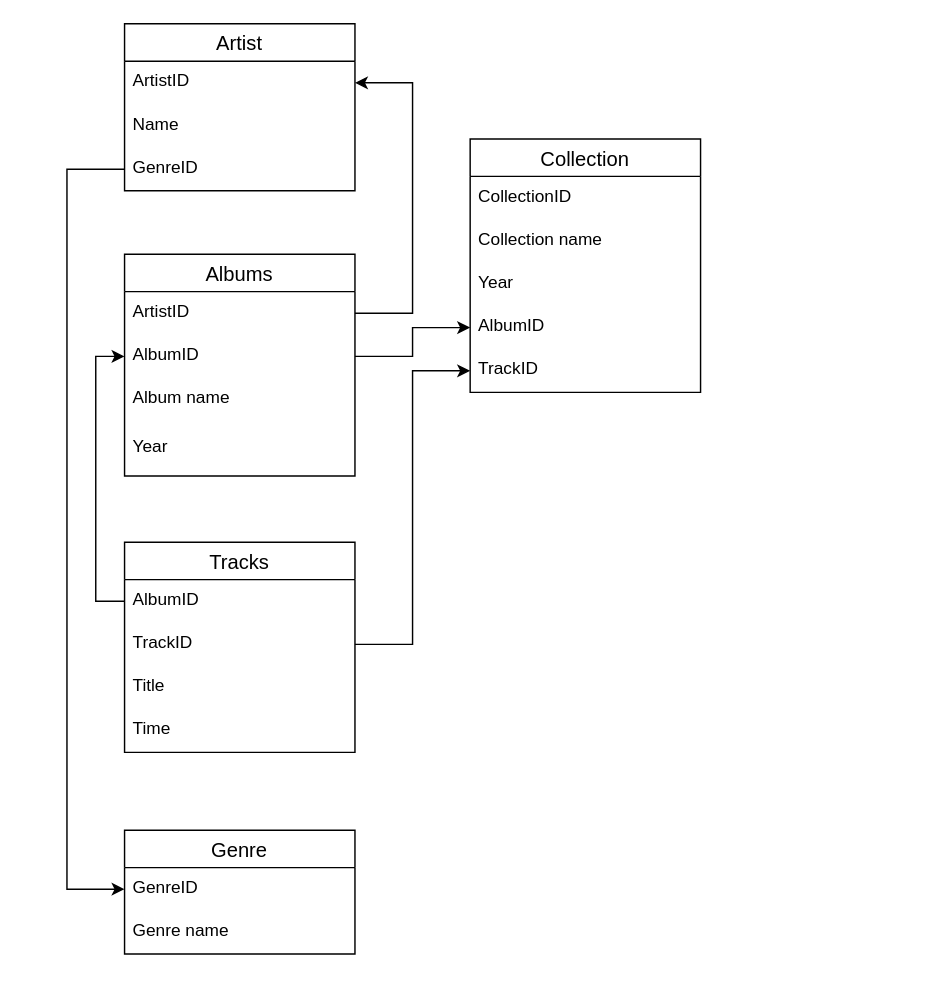
Earlier version of the draw.io diagram music_shop 1.drawio (AntonVetoshkin/Music_shop). Source tidied: cells renumbered, new cells numbered last; positions are measured from the earlier drawing's top-left corner, leaving out a move shared by most shapes. Both pictures are drawn from the tidied source at 144%, with x=0, y=0 at pixel (66, 23).
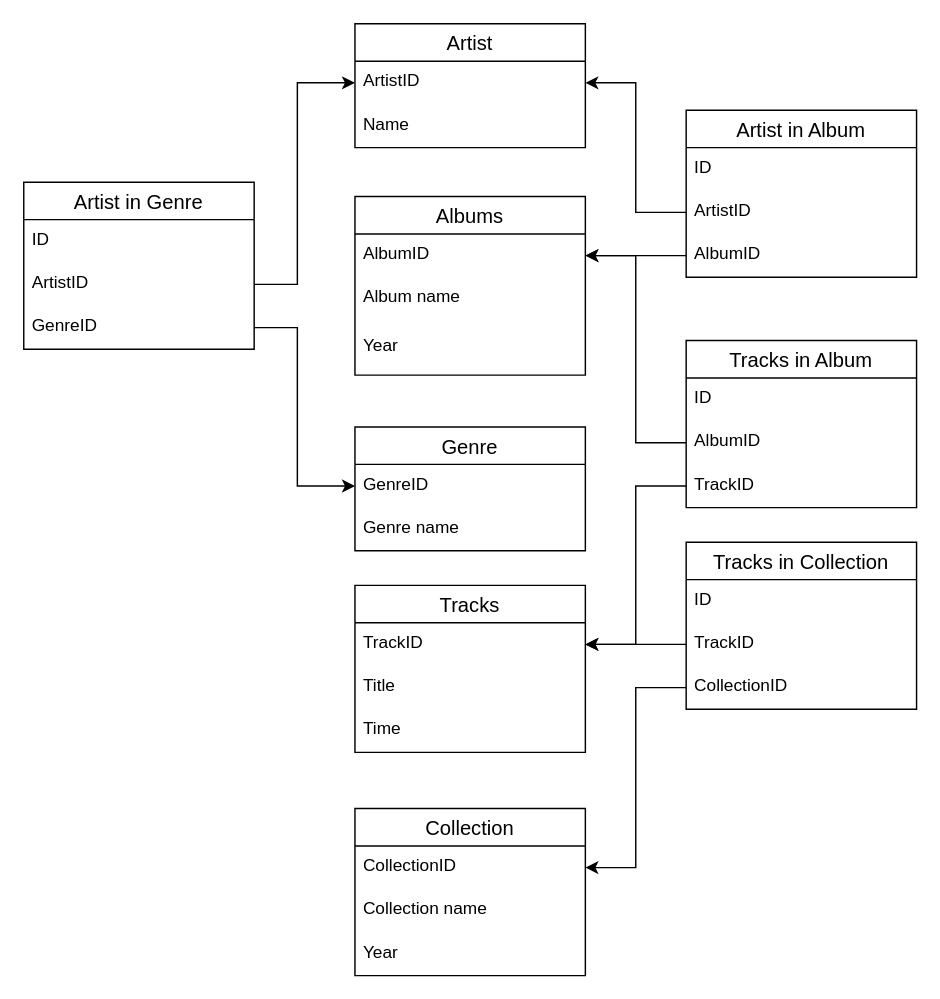
After the change.

The change refers to these unchanged cells:
```xml
<mxCell id="13" value="GenreID" style="text;strokeColor=none;fillColor=none;spacingLeft=4;spacingRight=4;overflow=hidden;points=[[0,0.5],[1,0.5]];portConstraint=eastwest;fontSize=12;" parent="12" vertex="1">
  <mxGeometry y="26" width="160" height="30" as="geometry" />
</mxCell>
<mxCell id="16" value="ArtistID" style="text;strokeColor=none;fillColor=none;spacingLeft=4;spacingRight=4;overflow=hidden;points=[[0,0.5],[1,0.5]];portConstraint=eastwest;fontSize=12;" parent="15" vertex="1">
  <mxGeometry y="26" width="160" height="30" as="geometry" />
</mxCell>
```

Change to the diagram source:
```diff
@@
     <mxCell id="2" value="Albums" style="swimlane;fontStyle=0;horizontal=1;startSize=26;align=center;fontSize=14;" parent="1" vertex="1">
-      <mxGeometry x="40" y="160" width="160" height="154" as="geometry" />
+      <mxGeometry x="200" y="120" width="160" height="124" as="geometry" />
     </mxCell>
-    <mxCell id="3" value="ArtistID" style="text;strokeColor=none;fillColor=none;spacingLeft=4;spacingRight=4;overflow=hidden;points=[[0,0.5],[1,0.5]];portConstraint=eastwest;fontSize=12;" parent="2" vertex="1">
-      <mxGeometry y="26" width="160" height="30" as="geometry" />
-    </mxCell>
     <mxCell id="4" value="AlbumID" style="text;strokeColor=none;fillColor=none;spacingLeft=4;spacingRight=4;overflow=hidden;points=[[0,0.5],[1,0.5]];portConstraint=eastwest;fontSize=12;" parent="2" vertex="1">
-      <mxGeometry y="56" width="160" height="30" as="geometry" />
+      <mxGeometry y="26" width="160" height="30" as="geometry" />
     </mxCell>
     <mxCell id="5" value="Album name" style="text;strokeColor=none;fillColor=none;spacingLeft=4;spacingRight=4;overflow=hidden;fontSize=12;" parent="2" vertex="1">
-      <mxGeometry y="86" width="160" height="34" as="geometry" />
+      <mxGeometry y="56" width="160" height="34" as="geometry" />
     </mxCell>
     <mxCell id="6" value="Year" style="text;strokeColor=none;fillColor=none;spacingLeft=4;spacingRight=4;overflow=hidden;fontSize=12;" parent="2" vertex="1">
-      <mxGeometry y="120" width="160" height="34" as="geometry" />
+      <mxGeometry y="90" width="160" height="34" as="geometry" />
     </mxCell>
     <mxCell id="7" value="Tracks" style="swimlane;fontStyle=0;horizontal=1;startSize=26;align=center;fontSize=14;" parent="1" vertex="1">
-      <mxGeometry x="40" y="360" width="160" height="146" as="geometry" />
+      <mxGeometry x="200" y="390" width="160" height="116" as="geometry" />
     </mxCell>
-    <mxCell id="8" value="AlbumID" style="text;strokeColor=none;fillColor=none;spacingLeft=4;spacingRight=4;overflow=hidden;points=[[0,0.5],[1,0.5]];portConstraint=eastwest;fontSize=12;" parent="7" vertex="1">
-      <mxGeometry y="26" width="160" height="30" as="geometry" />
-    </mxCell>
     <mxCell id="9" value="TrackID" style="text;strokeColor=none;fillColor=none;spacingLeft=4;spacingRight=4;overflow=hidden;points=[[0,0.5],[1,0.5]];portConstraint=eastwest;fontSize=12;" parent="7" vertex="1">
-      <mxGeometry y="56" width="160" height="30" as="geometry" />
+      <mxGeometry y="26" width="160" height="30" as="geometry" />
     </mxCell>
     <mxCell id="10" value="Title" style="text;strokeColor=none;fillColor=none;spacingLeft=4;spacingRight=4;overflow=hidden;fontSize=12;" parent="7" vertex="1">
-      <mxGeometry y="86" width="160" height="30" as="geometry" />
+      <mxGeometry y="56" width="160" height="30" as="geometry" />
     </mxCell>
     <mxCell id="11" value="Time" style="text;strokeColor=none;fillColor=none;spacingLeft=4;spacingRight=4;overflow=hidden;fontSize=12;" parent="7" vertex="1">
-      <mxGeometry y="116" width="160" height="30" as="geometry" />
+      <mxGeometry y="86" width="160" height="30" as="geometry" />
     </mxCell>
     <mxCell id="12" value="Genre" style="swimlane;fontStyle=0;horizontal=1;startSize=26;align=center;fontSize=14;" parent="1" vertex="1">
-      <mxGeometry x="40" y="560" width="160" height="86" as="geometry" />
+      <mxGeometry x="200" y="280" width="160" height="86" as="geometry" />
     </mxCell>
@@
     <mxCell id="15" value="Artist" style="swimlane;fontStyle=0;horizontal=1;startSize=26;align=center;fontSize=14;" parent="1" vertex="1">
-      <mxGeometry x="40" width="160" height="116" as="geometry" />
+      <mxGeometry x="200" width="160" height="86" as="geometry" />
     </mxCell>
@@
-    <mxCell id="18" value="GenreID" style="text;strokeColor=none;fillColor=none;spacingLeft=4;spacingRight=4;overflow=hidden;points=[[0,0.5],[1,0.5]];portConstraint=eastwest;fontSize=12;" parent="15" vertex="1">
-      <mxGeometry y="86" width="160" height="30" as="geometry" />
-    </mxCell>
@@
-    <mxCell id="20" style="edgeStyle=orthogonalEdgeStyle;rounded=0;jettySize=auto;html=1;exitX=0;exitY=0.5;exitDx=0;exitDy=0;entryX=0;entryY=0.5;entryDx=0;entryDy=0;" parent="1" edge="1" source="18" target="13">
-      <mxGeometry relative="1" as="geometry">
-        <Array as="points">
-          <mxPoint y="101" />
-          <mxPoint y="601" />
-        </Array>
-      </mxGeometry>
-    </mxCell>
-    <mxCell id="21" style="edgeStyle=orthogonalEdgeStyle;rounded=0;jettySize=auto;html=1;exitX=0;exitY=0.5;exitDx=0;exitDy=0;" parent="1" edge="1" source="8">
-      <mxGeometry relative="1" as="geometry">
-        <mxPoint x="40" y="231" as="targetPoint" />
-        <Array as="points">
-          <mxPoint x="20" y="401" />
-          <mxPoint x="20" y="231" />
-        </Array>
-      </mxGeometry>
-    </mxCell>
-    <mxCell id="22" style="edgeStyle=orthogonalEdgeStyle;rounded=0;jettySize=auto;html=1;exitX=1;exitY=0.5;exitDx=0;exitDy=0;entryX=1;entryY=0.5;entryDx=0;entryDy=0;" parent="1" edge="1" source="3" target="16">
-      <mxGeometry relative="1" as="geometry">
-        <Array as="points">
-          <mxPoint x="240" y="201" />
-          <mxPoint x="240" y="41" />
-        </Array>
-      </mxGeometry>
-    </mxCell>
     <mxCell id="23" value="Collection" style="swimlane;fontStyle=0;horizontal=1;startSize=26;align=center;fontSize=14;" parent="1" vertex="1">
-      <mxGeometry x="280" y="80" width="160" height="176" as="geometry" />
+      <mxGeometry x="200" y="545" width="160" height="116" as="geometry" />
     </mxCell>
-    <mxCell id="24" value="CollectionID" style="text;strokeColor=none;fillColor=none;spacingLeft=4;spacingRight=4;overflow=hidden;points=[[0,0.5],[1,0.5]];portConstraint=eastwest;fontSize=12;" parent="23" vertex="1">
-      <mxGeometry y="26" width="160" height="30" as="geometry" />
-    </mxCell>
+    <mxCell id="28" value="CollectionID" style="text;strokeColor=none;fillColor=none;spacingLeft=4;spacingRight=4;overflow=hidden;points=[[0,0.5],[1,0.5]];portConstraint=eastwest;fontSize=12;" parent="23" vertex="1">
+      <mxGeometry y="26" width="160" height="30" as="geometry" />
+    </mxCell>
@@
-    <mxCell id="27" value="AlbumID" style="text;strokeColor=none;fillColor=none;spacingLeft=4;spacingRight=4;overflow=hidden;points=[[0,0.5],[1,0.5]];portConstraint=eastwest;fontSize=12;" parent="23" vertex="1">
-      <mxGeometry y="116" width="160" height="30" as="geometry" />
-    </mxCell>
-    <mxCell id="28" value="TrackID" style="text;strokeColor=none;fillColor=none;spacingLeft=4;spacingRight=4;overflow=hidden;points=[[0,0.5],[1,0.5]];portConstraint=eastwest;fontSize=12;" parent="23" vertex="1">
-      <mxGeometry y="146" width="160" height="30" as="geometry" />
-    </mxCell>
-    <mxCell id="29" style="edgeStyle=orthogonalEdgeStyle;rounded=0;jettySize=auto;html=1;exitX=1;exitY=0.5;exitDx=0;exitDy=0;entryX=0;entryY=0.5;entryDx=0;entryDy=0;" parent="1" edge="1" source="4" target="27">
-      <mxGeometry relative="1" as="geometry" />
-    </mxCell>
-    <mxCell id="30" style="edgeStyle=orthogonalEdgeStyle;rounded=0;jettySize=auto;html=1;exitX=1;exitY=0.5;exitDx=0;exitDy=0;entryX=0;entryY=0.5;entryDx=0;entryDy=0;" parent="1" edge="1" source="9" target="28">
-      <mxGeometry relative="1" as="geometry" />
-    </mxCell>
+    <mxCell id="31" value="Tracks in Collection" style="swimlane;fontStyle=0;horizontal=1;startSize=26;align=center;fontSize=14;" parent="1" vertex="1">
+      <mxGeometry x="430" y="360" width="160" height="116" as="geometry" />
+    </mxCell>
+    <mxCell id="32" value="ID" style="text;strokeColor=none;fillColor=none;spacingLeft=4;spacingRight=4;overflow=hidden;fontSize=12;" parent="31" vertex="1">
+      <mxGeometry y="26" width="160" height="30" as="geometry" />
+    </mxCell>
+    <mxCell id="33" value="TrackID" style="text;strokeColor=none;fillColor=none;spacingLeft=4;spacingRight=4;overflow=hidden;points=[[0,0.5],[1,0.5]];portConstraint=eastwest;fontSize=12;" parent="31" vertex="1">
+      <mxGeometry y="56" width="160" height="30" as="geometry" />
+    </mxCell>
+    <mxCell id="24" value="CollectionID" style="text;strokeColor=none;fillColor=none;spacingLeft=4;spacingRight=4;overflow=hidden;points=[[0,0.5],[1,0.5]];portConstraint=eastwest;fontSize=12;" parent="31" vertex="1">
+      <mxGeometry y="86" width="160" height="30" as="geometry" />
+    </mxCell>
+    <mxCell id="34" value="Artist in Album" style="swimlane;fontStyle=0;horizontal=1;startSize=26;align=center;fontSize=14;" parent="1" vertex="1">
+      <mxGeometry x="430" y="60" width="160" height="116" as="geometry" />
+    </mxCell>
+    <mxCell id="35" value="ID" style="text;strokeColor=none;fillColor=none;spacingLeft=4;spacingRight=4;overflow=hidden;fontSize=12;" parent="34" vertex="1">
+      <mxGeometry y="26" width="160" height="30" as="geometry" />
+    </mxCell>
+    <mxCell id="36" value="ArtistID" style="text;strokeColor=none;fillColor=none;spacingLeft=4;spacingRight=4;overflow=hidden;points=[[0,0.5],[1,0.5]];portConstraint=eastwest;fontSize=12;" parent="34" vertex="1">
+      <mxGeometry y="56" width="160" height="30" as="geometry" />
+    </mxCell>
+    <mxCell id="37" value="AlbumID" style="text;strokeColor=none;fillColor=none;spacingLeft=4;spacingRight=4;overflow=hidden;points=[[0,0.5],[1,0.5]];portConstraint=eastwest;fontSize=12;" parent="34" vertex="1">
+      <mxGeometry y="86" width="160" height="30" as="geometry" />
+    </mxCell>
+    <mxCell id="38" value="Artist in Genre" style="swimlane;fontStyle=0;horizontal=1;startSize=26;align=center;fontSize=14;" parent="1" vertex="1">
+      <mxGeometry x="-30" y="110" width="160" height="116" as="geometry" />
+    </mxCell>
+    <mxCell id="39" value="ID" style="text;strokeColor=none;fillColor=none;spacingLeft=4;spacingRight=4;overflow=hidden;fontSize=12;" parent="38" vertex="1">
+      <mxGeometry y="26" width="160" height="30" as="geometry" />
+    </mxCell>
+    <mxCell id="40" value="ArtistID" style="text;strokeColor=none;fillColor=none;spacingLeft=4;spacingRight=4;overflow=hidden;points=[[0,0.5],[1,0.5]];portConstraint=eastwest;fontSize=12;" parent="38" vertex="1">
+      <mxGeometry y="56" width="160" height="30" as="geometry" />
+    </mxCell>
+    <mxCell id="18" value="GenreID" style="text;strokeColor=none;fillColor=none;spacingLeft=4;spacingRight=4;overflow=hidden;points=[[0,0.5],[1,0.5]];portConstraint=eastwest;fontSize=12;" parent="38" vertex="1">
+      <mxGeometry y="86" width="160" height="30" as="geometry" />
+    </mxCell>
+    <mxCell id="41" style="edgeStyle=orthogonalEdgeStyle;rounded=0;jettySize=auto;html=1;exitX=0;exitY=0.5;exitDx=0;exitDy=0;entryX=1;entryY=0.5;entryDx=0;entryDy=0;" parent="1" edge="1" source="36" target="16">
+      <mxGeometry relative="1" as="geometry" />
+    </mxCell>
+    <mxCell id="42" style="edgeStyle=orthogonalEdgeStyle;rounded=0;jettySize=auto;html=1;exitX=0;exitY=0.5;exitDx=0;exitDy=0;entryX=1;entryY=0.5;entryDx=0;entryDy=0;" parent="1" edge="1" source="37" target="4">
+      <mxGeometry relative="1" as="geometry" />
+    </mxCell>
+    <mxCell id="43" style="edgeStyle=orthogonalEdgeStyle;rounded=0;jettySize=auto;html=1;exitX=1;exitY=0.5;exitDx=0;exitDy=0;entryX=0;entryY=0.5;entryDx=0;entryDy=0;" parent="1" edge="1" source="40" target="16">
+      <mxGeometry relative="1" as="geometry">
+        <Array as="points">
+          <mxPoint x="160" y="181" />
+          <mxPoint x="160" y="41" />
+        </Array>
+      </mxGeometry>
+    </mxCell>
+    <mxCell id="44" style="edgeStyle=orthogonalEdgeStyle;rounded=0;jettySize=auto;html=1;entryX=1;entryY=0.5;entryDx=0;entryDy=0;" parent="1" edge="1" source="33" target="9">
+      <mxGeometry relative="1" as="geometry" />
+    </mxCell>
+    <mxCell id="45" value="Tracks in Album" style="swimlane;fontStyle=0;horizontal=1;startSize=26;align=center;fontSize=14;" parent="1" vertex="1">
+      <mxGeometry x="430" y="220" width="160" height="116" as="geometry" />
+    </mxCell>
+    <mxCell id="46" value="ID" style="text;strokeColor=none;fillColor=none;spacingLeft=4;spacingRight=4;overflow=hidden;fontSize=12;" parent="45" vertex="1">
+      <mxGeometry y="26" width="160" height="30" as="geometry" />
+    </mxCell>
+    <mxCell id="47" value="AlbumID" style="text;strokeColor=none;fillColor=none;spacingLeft=4;spacingRight=4;overflow=hidden;points=[[0,0.5],[1,0.5]];portConstraint=eastwest;fontSize=12;" parent="45" vertex="1">
+      <mxGeometry y="56" width="160" height="30" as="geometry" />
+    </mxCell>
+    <mxCell id="48" value="TrackID" style="text;strokeColor=none;fillColor=none;spacingLeft=4;spacingRight=4;overflow=hidden;points=[[0,0.5],[1,0.5]];portConstraint=eastwest;fontSize=12;" parent="45" vertex="1">
+      <mxGeometry y="86" width="160" height="30" as="geometry" />
+    </mxCell>
+    <mxCell id="49" style="edgeStyle=orthogonalEdgeStyle;rounded=0;jettySize=auto;html=1;exitX=0;exitY=0.5;exitDx=0;exitDy=0;entryX=1;entryY=0.5;entryDx=0;entryDy=0;" parent="1" edge="1" source="48" target="9">
+      <mxGeometry relative="1" as="geometry" />
+    </mxCell>
+    <mxCell id="50" style="edgeStyle=orthogonalEdgeStyle;rounded=0;jettySize=auto;html=1;exitX=0;exitY=0.5;exitDx=0;exitDy=0;entryX=1;entryY=0.5;entryDx=0;entryDy=0;" parent="1" edge="1" source="47" target="4">
+      <mxGeometry relative="1" as="geometry" />
+    </mxCell>
+    <mxCell id="51" style="edgeStyle=orthogonalEdgeStyle;rounded=0;jettySize=auto;html=1;exitX=0;exitY=0.5;exitDx=0;exitDy=0;entryX=1;entryY=0.5;entryDx=0;entryDy=0;" parent="1" edge="1" source="24" target="28">
+      <mxGeometry relative="1" as="geometry" />
+    </mxCell>
+    <mxCell id="20" style="edgeStyle=orthogonalEdgeStyle;rounded=0;jettySize=auto;html=1;exitX=1;exitY=0.5;exitDx=0;exitDy=0;entryX=0;entryY=0.5;entryDx=0;entryDy=0;" parent="1" edge="1" source="18" target="13">
+      <mxGeometry relative="1" as="geometry">
+        <Array as="points">
+          <mxPoint x="160" y="211" />
+          <mxPoint x="160" y="321" />
+        </Array>
+      </mxGeometry>
+    </mxCell>
```
